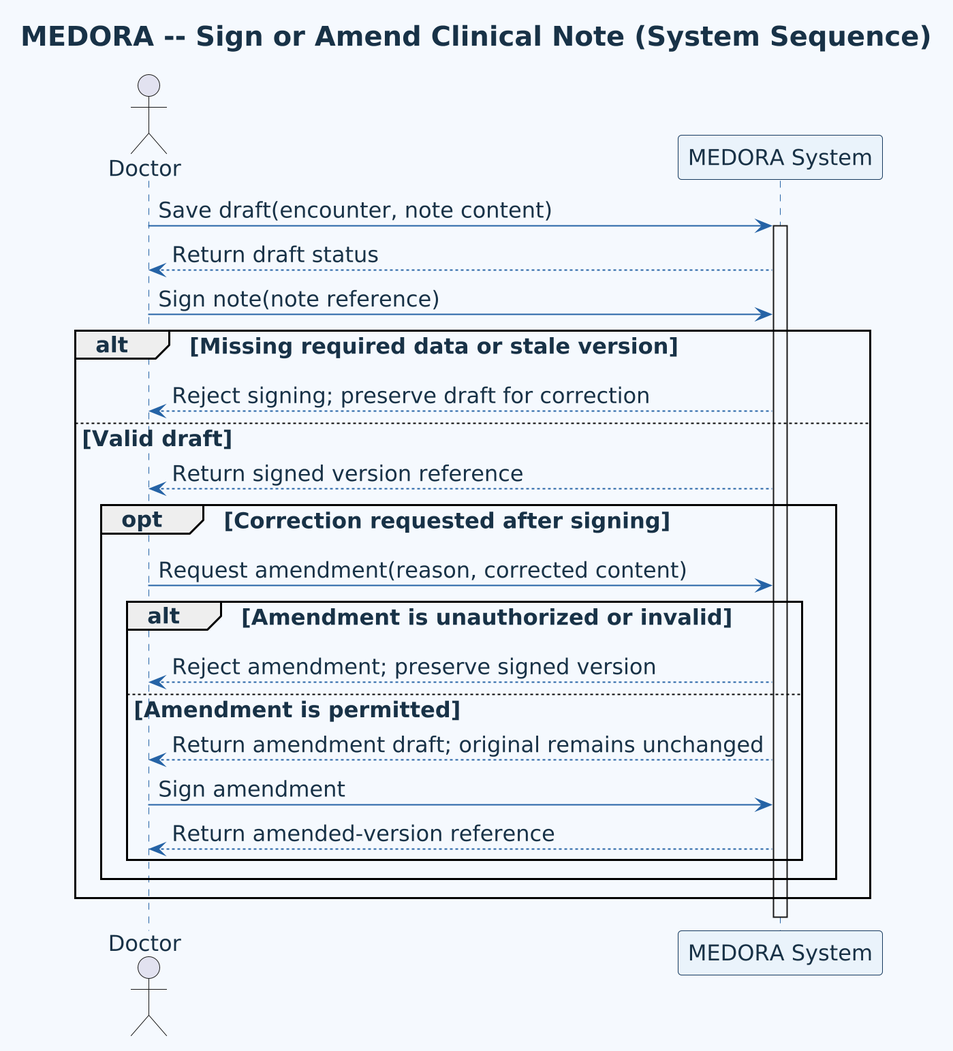
DucDung-1107/SysDes_2026.1_Group_08 keeps this PlantUML diagram as doc/asset/05-behavioral-modeling-implementation/behavioral-uml/sequence-by-function/medical-examination/figure/sign-and-amend-clinical-note.png. Above is the earlier version.
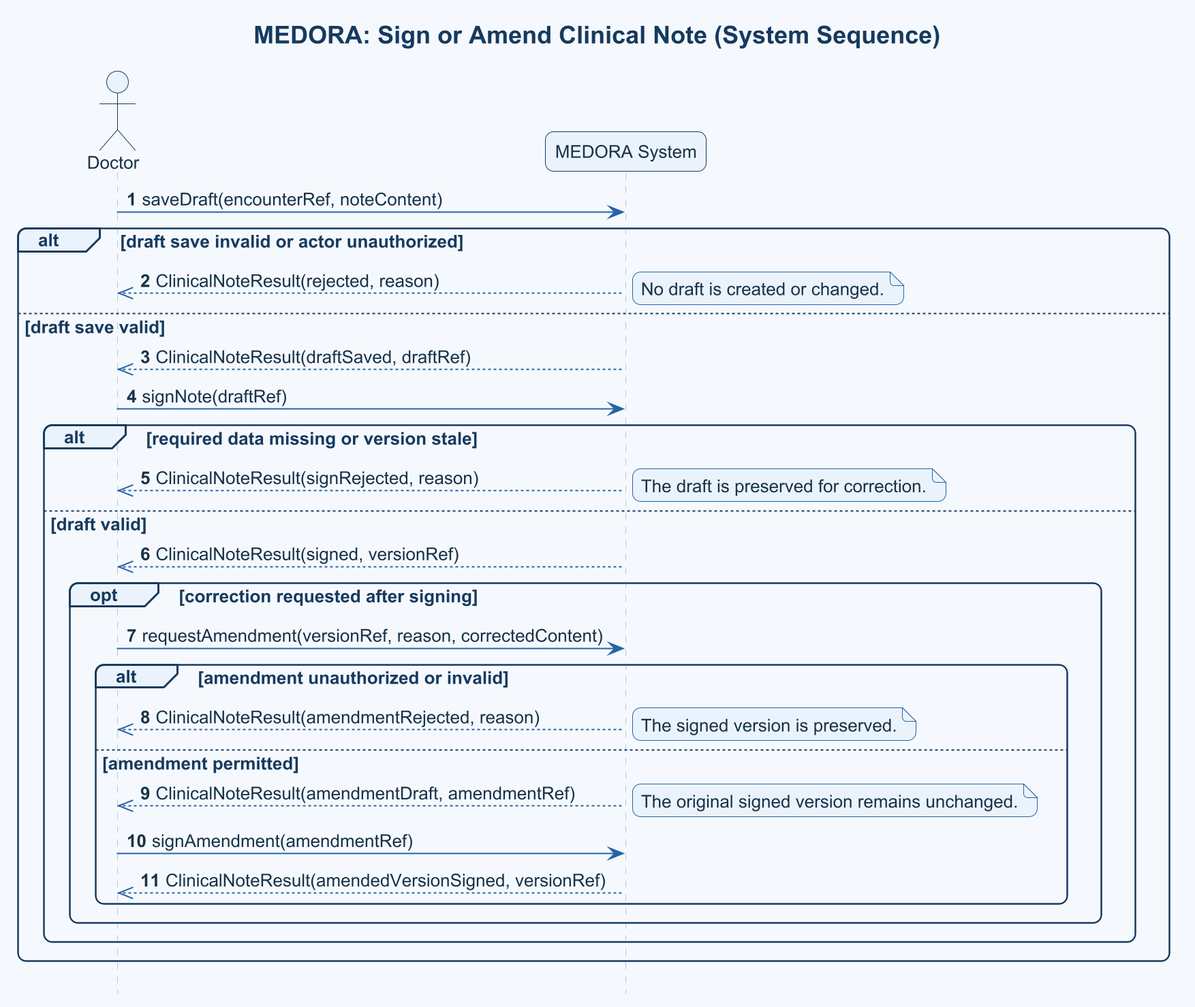
Later version of the same file.

Change to the diagram source:
```diff
@@ -1,46 +1,38 @@
 @startuml
-title MEDORA -- Sign or Amend Clinical Note (System Sequence)
-skinparam shadowing false
+title MEDORA: Sign or Amend Clinical Note (System Sequence)
+!include ../../../../../shared/templates/medora-style.puml
 skinparam dpi 192
-skinparam backgroundColor #F5F9FE
-skinparam defaultFontName Arial
-skinparam defaultFontColor #183247
-skinparam defaultFontSize 16
-skinparam titleFontSize 20
-skinparam note {
-  BackgroundColor #EAF3FB
-  BorderColor #2563A6
-  FontColor #183247
-}
-skinparam ArrowColor #2563A6
-skinparam sequence {
-  ParticipantBackgroundColor #EAF3FB
-  ParticipantBorderColor #163A5F
-  ParticipantFontColor #183247
-  LifeLineBorderColor #2563A6
-  LifeLineBackgroundColor #F5F9FE
-}
+skinparam defaultFontSize 13
+skinparam titleFontSize 18
+hide footbox
+autonumber
 actor Doctor
 participant "MEDORA System" as System
 
-Doctor -> System: Save draft(encounter, note content)
-activate System
-System --> Doctor: Return draft status
-Doctor -> System: Sign note(note reference)
-alt Missing required data or stale version
-  System --> Doctor: Reject signing; preserve draft for correction
-else Valid draft
-  System --> Doctor: Return signed version reference
-  opt Correction requested after signing
-    Doctor -> System: Request amendment(reason, corrected content)
-    alt Amendment is unauthorized or invalid
-      System --> Doctor: Reject amendment; preserve signed version
-    else Amendment is permitted
-      System --> Doctor: Return amendment draft; original remains unchanged
-      Doctor -> System: Sign amendment
-      System --> Doctor: Return amended-version reference
+Doctor -> System: saveDraft(encounterRef, noteContent)
+alt draft save invalid or actor unauthorized
+  System -->> Doctor: ClinicalNoteResult(rejected, reason)
+  note right: No draft is created or changed.
+else draft save valid
+  System -->> Doctor: ClinicalNoteResult(draftSaved, draftRef)
+  Doctor -> System: signNote(draftRef)
+  alt required data missing or version stale
+    System -->> Doctor: ClinicalNoteResult(signRejected, reason)
+    note right: The draft is preserved for correction.
+  else draft valid
+    System -->> Doctor: ClinicalNoteResult(signed, versionRef)
+    opt correction requested after signing
+      Doctor -> System: requestAmendment(versionRef, reason, correctedContent)
+      alt amendment unauthorized or invalid
+        System -->> Doctor: ClinicalNoteResult(amendmentRejected, reason)
+        note right: The signed version is preserved.
+      else amendment permitted
+        System -->> Doctor: ClinicalNoteResult(amendmentDraft, amendmentRef)
+        note right: The original signed version remains unchanged.
+        Doctor -> System: signAmendment(amendmentRef)
+        System -->> Doctor: ClinicalNoteResult(amendedVersionSigned, versionRef)
+      end
     end
   end
 end
-deactivate System
 @enduml
```
